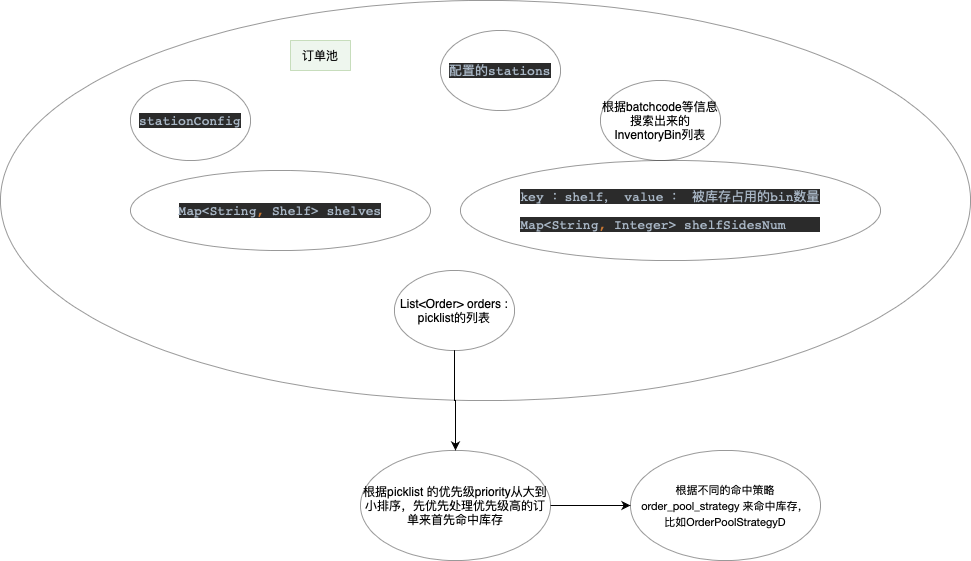
cong666/flow-chart keeps this draw.io diagram as 订单池-命中库存.drawio.png. Above is the earlier version. Source tidied: cells renumbered, new cells last; positions are measured from the earlier drawing's top-left corner, leaving out a move shared by most shapes.
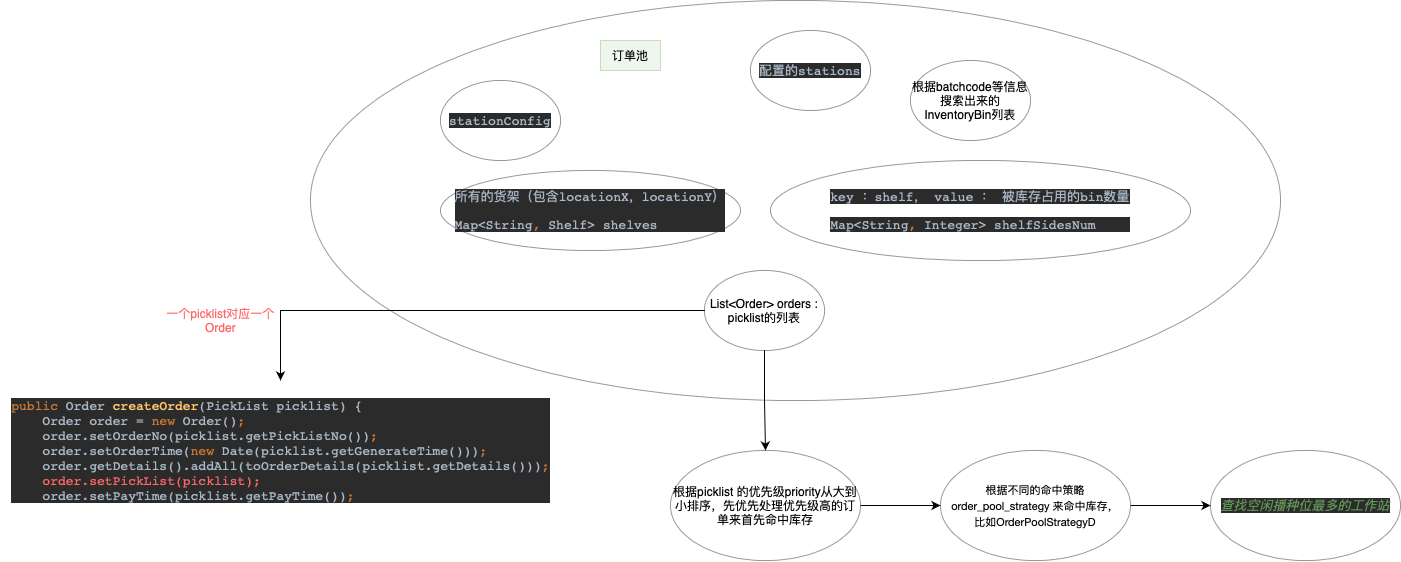
The same diagram one commit later.

Commit message:
更新订单池-命中库存.drawio.png

What changed in the source:
```diff
@@ -11,6 +11,9 @@
     <mxCell id="4" style="edgeStyle=orthogonalEdgeStyle;rounded=0;jettySize=auto;html=1;" parent="1" edge="1" source="5" target="12">
       <mxGeometry relative="1" as="geometry" />
     </mxCell>
+    <mxCell id="14" style="edgeStyle=orthogonalEdgeStyle;rounded=0;jettySize=auto;html=1;fontColor=#FF6666;" parent="1" edge="1" source="5" target="17">
+      <mxGeometry relative="1" as="geometry" />
+    </mxCell>
     <mxCell id="5" value="List&amp;lt;Order&amp;gt; orders : picklist的列表" style="ellipse;whiteSpace=wrap;html=1;opacity=40;" parent="1" vertex="1">
       <mxGeometry x="394" y="270" width="120" height="80" as="geometry" />
     </mxCell>
@@ -18,9 +21,9 @@
       <mxGeometry x="440" y="30" width="120" height="80" as="geometry" />
     </mxCell>
     <mxCell id="7" value="根据batchcode等信息搜索出来的InventoryBin列表" style="ellipse;whiteSpace=wrap;html=1;opacity=40;" parent="1" vertex="1">
-      <mxGeometry x="600" y="80" width="120" height="80" as="geometry" />
+      <mxGeometry x="600" y="60" width="120" height="80" as="geometry" />
     </mxCell>
-    <mxCell id="8" value="&lt;pre style=&quot;text-align: start; background-color: rgb(43, 43, 43); color: rgb(169, 183, 198); font-family: &amp;quot;JetBrains Mono&amp;quot;, monospace; font-size: 9.8pt;&quot;&gt;&lt;pre style=&quot;font-family: &amp;quot;JetBrains Mono&amp;quot;, monospace; font-size: 9.8pt;&quot;&gt;Map&amp;lt;String&lt;span style=&quot;color: rgb(204, 120, 50);&quot;&gt;, &lt;/span&gt;Shelf&amp;gt; shelves&lt;/pre&gt;&lt;/pre&gt;" style="ellipse;whiteSpace=wrap;html=1;opacity=40;" parent="1" vertex="1">
+    <mxCell id="8" value="&lt;pre style=&quot;text-align: start; background-color: rgb(43, 43, 43); color: rgb(169, 183, 198); font-family: &amp;quot;JetBrains Mono&amp;quot;, monospace; font-size: 9.8pt;&quot;&gt;&lt;pre style=&quot;font-family: &amp;quot;JetBrains Mono&amp;quot;, monospace; font-size: 9.8pt;&quot;&gt;所有的货架（包含locationX，locationY）&lt;/pre&gt;&lt;pre style=&quot;font-family: &amp;quot;JetBrains Mono&amp;quot;, monospace; font-size: 9.8pt;&quot;&gt;Map&amp;lt;String&lt;span style=&quot;color: rgb(204, 120, 50);&quot;&gt;, &lt;/span&gt;Shelf&amp;gt; shelves&lt;/pre&gt;&lt;/pre&gt;" style="ellipse;whiteSpace=wrap;html=1;opacity=40;" parent="1" vertex="1">
       <mxGeometry x="130" y="170" width="300" height="80" as="geometry" />
     </mxCell>
     <mxCell id="9" value="&lt;pre style=&quot;text-align: start; background-color: rgb(43, 43, 43); color: rgb(169, 183, 198); font-family: &amp;quot;JetBrains Mono&amp;quot;, monospace; font-size: 9.8pt;&quot;&gt;key ：shelf， value ： 被库存占用的bin数量&lt;/pre&gt;&lt;pre style=&quot;text-align: start; background-color: rgb(43, 43, 43); color: rgb(169, 183, 198); font-family: &amp;quot;JetBrains Mono&amp;quot;, monospace; font-size: 9.8pt;&quot;&gt;Map&amp;lt;String&lt;span style=&quot;color: rgb(204, 120, 50);&quot;&gt;, &lt;/span&gt;Integer&amp;gt; shelfSidesNum&lt;/pre&gt;" style="ellipse;whiteSpace=wrap;html=1;opacity=40;" parent="1" vertex="1">
@@ -35,8 +38,20 @@
     <mxCell id="12" value="根据picklist 的优先级priority从大到小排序，先优先处理优先级高的订单来首先命中库存" style="ellipse;whiteSpace=wrap;html=1;opacity=40;" parent="1" vertex="1">
       <mxGeometry x="360" y="450" width="190" height="110" as="geometry" />
     </mxCell>
+    <mxCell id="15" style="edgeStyle=orthogonalEdgeStyle;rounded=0;jettySize=auto;html=1;" parent="1" edge="1" source="13" target="16">
+      <mxGeometry relative="1" as="geometry" />
+    </mxCell>
     <mxCell id="13" value="&lt;p style=&quot;margin: 0px; font-stretch: normal; font-size: 11px; line-height: normal; font-family: &amp;quot;Helvetica Neue&amp;quot;;&quot;&gt;根据不同的命中策略order_pool_strategy 来命中库存，&lt;/p&gt;&lt;p style=&quot;margin: 0px; font-stretch: normal; font-size: 11px; line-height: normal; font-family: &amp;quot;Helvetica Neue&amp;quot;;&quot;&gt;比如OrderPoolStrategyD&lt;/p&gt;" style="ellipse;whiteSpace=wrap;html=1;opacity=40;" parent="1" vertex="1">
       <mxGeometry x="630" y="450" width="190" height="110" as="geometry" />
     </mxCell>
+    <mxCell id="16" value="&lt;pre style=&quot;text-align: start; background-color: rgb(43, 43, 43); color: rgb(169, 183, 198); font-family: &amp;quot;JetBrains Mono&amp;quot;, monospace; font-size: 9.8pt;&quot;&gt;&lt;span style=&quot;color: rgb(98, 151, 85); font-style: italic;&quot;&gt;查找空闲播种位最多的工作站&lt;/span&gt;&lt;/pre&gt;" style="ellipse;whiteSpace=wrap;html=1;opacity=40;" parent="1" vertex="1">
+      <mxGeometry x="900" y="450" width="190" height="110" as="geometry" />
+    </mxCell>
+    <mxCell id="17" value="&lt;pre style=&quot;text-align: start; background-color: rgb(43, 43, 43); font-family: &amp;quot;JetBrains Mono&amp;quot;, monospace; font-size: 9.8pt;&quot;&gt;&lt;span style=&quot;color: rgb(204, 120, 50);&quot;&gt;public &lt;/span&gt;&lt;font color=&quot;#a9b7c6&quot;&gt;Order &lt;/font&gt;&lt;span style=&quot;color: rgb(255, 198, 109);&quot;&gt;createOrder&lt;/span&gt;&lt;font color=&quot;#a9b7c6&quot;&gt;(PickList picklist) {&lt;br&gt;    Order order = &lt;/font&gt;&lt;span style=&quot;color: rgb(204, 120, 50);&quot;&gt;new &lt;/span&gt;&lt;font color=&quot;#a9b7c6&quot;&gt;Order()&lt;/font&gt;&lt;span style=&quot;color: rgb(204, 120, 50);&quot;&gt;;&lt;br&gt;&lt;/span&gt;&lt;span style=&quot;color: rgb(204, 120, 50);&quot;&gt;    &lt;/span&gt;&lt;font color=&quot;#a9b7c6&quot;&gt;order.setOrderNo(picklist.getPickListNo())&lt;/font&gt;&lt;span style=&quot;color: rgb(204, 120, 50);&quot;&gt;;&lt;br&gt;&lt;/span&gt;&lt;span style=&quot;color: rgb(204, 120, 50);&quot;&gt;    &lt;/span&gt;&lt;font color=&quot;#a9b7c6&quot;&gt;order.setOrderTime(&lt;/font&gt;&lt;span style=&quot;color: rgb(204, 120, 50);&quot;&gt;new &lt;/span&gt;&lt;font color=&quot;#a9b7c6&quot;&gt;Date(picklist.getGenerateTime()))&lt;/font&gt;&lt;span style=&quot;color: rgb(204, 120, 50);&quot;&gt;;&lt;br&gt;&lt;/span&gt;&lt;span style=&quot;color: rgb(204, 120, 50);&quot;&gt;    &lt;/span&gt;&lt;font color=&quot;#a9b7c6&quot;&gt;order.getDetails().addAll(toOrderDetails(picklist.getDetails()))&lt;/font&gt;&lt;span style=&quot;color: rgb(204, 120, 50);&quot;&gt;;&lt;br&gt;&lt;/span&gt;&lt;span style=&quot;color: rgb(204, 120, 50);&quot;&gt;    &lt;/span&gt;&lt;font color=&quot;#ff6666&quot;&gt;order.setPickList(picklist);&lt;/font&gt;&lt;font color=&quot;#cc7832&quot;&gt;&lt;br&gt;&lt;/font&gt;&lt;span style=&quot;color: rgb(204, 120, 50);&quot;&gt;    &lt;/span&gt;&lt;font color=&quot;#a9b7c6&quot;&gt;order.setPayTime(picklist.getPayTime())&lt;/font&gt;&lt;span style=&quot;color: rgb(204, 120, 50);&quot;&gt;;&lt;/span&gt;&lt;/pre&gt;" style="text;html=1;align=center;verticalAlign=middle;points=[];strokeColor=none;fillColor=none;" parent="1" vertex="1">
+      <mxGeometry x="-310" y="380" width="560" height="140" as="geometry" />
+    </mxCell>
+    <mxCell id="18" value="一个picklist对应一个&lt;br&gt;Order" style="text;html=1;align=center;verticalAlign=middle;strokeColor=none;fillColor=none;fontColor=#FF6666;" parent="1" vertex="1">
+      <mxGeometry x="-155" y="300" width="130" height="40" as="geometry" />
+    </mxCell>
   </root>
 </mxGraphModel>
```
